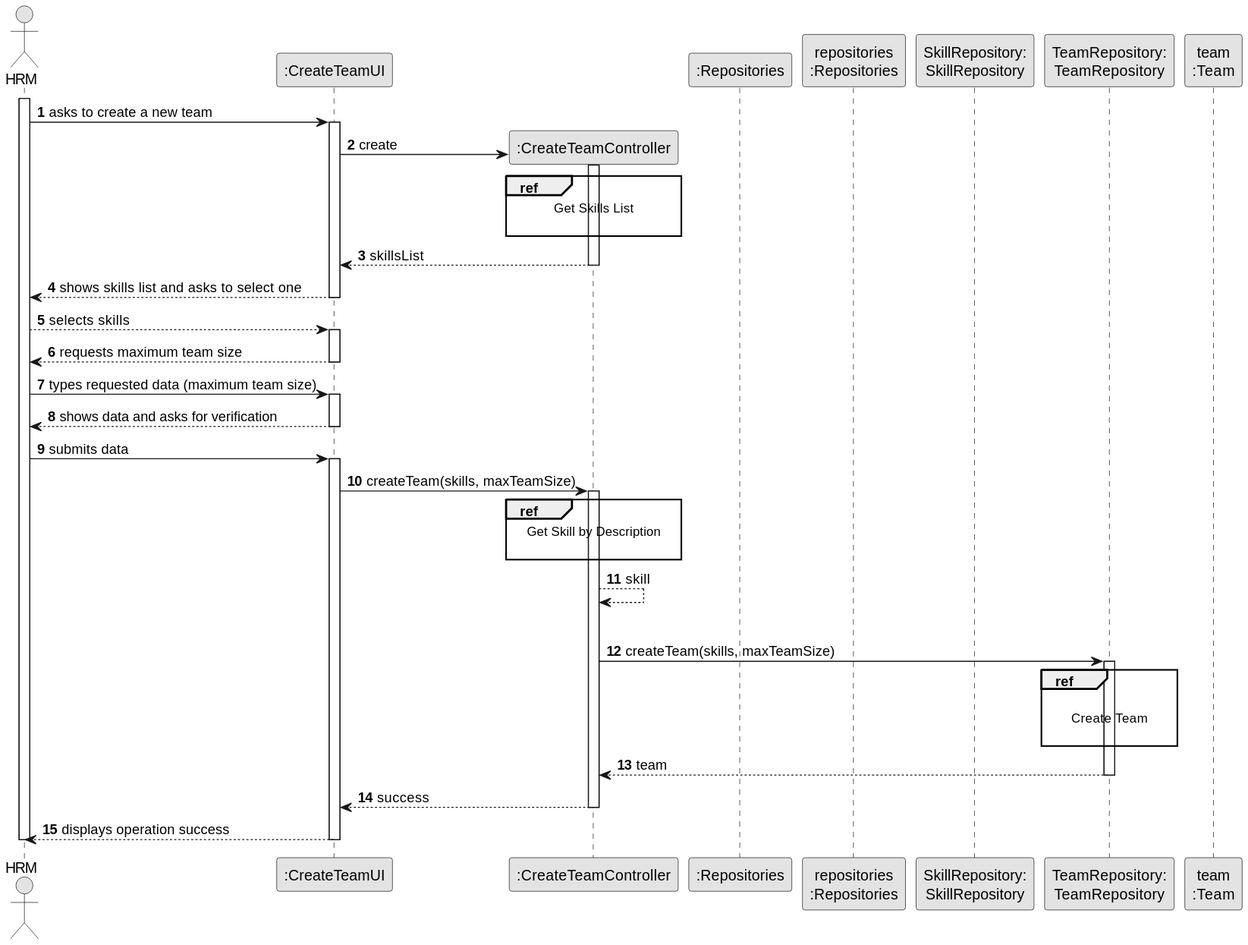
Above: docs/sprintB/us005/03.design/svg/us005-sequence-diagram-split.svg in ricardomm7/leaflink (PlantUML), before the change. The source it was exported from:
```plantuml
@startuml
skinparam monochrome true
skinparam packageStyle rectangle
skinparam shadowing false

autonumber

actor "HRM" as ADM
participant ":CreateTeamUI" as UI
participant ":CreateTeamController" as CTRL
participant ":Repositories" as RepositorySingleton
participant "repositories\n:Repositories" as PLAT
participant "SkillRepository:\nSkillRepository" as SkillRepository
participant "TeamRepository:\nTeamRepository" as TeamRepository
participant "team\n:Team" as Team

activate ADM

    ADM -> UI : asks to create a new team
    activate UI

                UI -> CTRL** : create

                activate CTRL

                    ref over CTRL
                                Get Skills List

                            end ref

                    CTRL --> UI : skillsList
                deactivate CTRL

                UI --> ADM : shows skills list and asks to select one
            deactivate UI

        ADM --> UI : selects skills
        activate UI

        UI --> ADM : requests maximum team size
    deactivate UI

    ADM -> UI : types requested data (maximum team size)
    activate UI

        UI --> ADM : shows data and asks for verification
    deactivate UI

    ADM -> UI : submits data
    activate UI

        UI -> CTRL : createTeam(skills, maxTeamSize)
        activate CTRL

            ref over CTRL
                        Get Skill by Description

                    end ref
                    CTRL --> CTRL : skill


            |||
                CTRL -> TeamRepository: createTeam(skills, maxTeamSize)
                activate TeamRepository

                ref over TeamRepository

                            Create Team

                        end ref

            TeamRepository --> CTRL: team
            deactivate TeamRepository

            CTRL --> UI : success
            deactivate CTRL
            UI --> ADM: displays operation success
    deactivate UI

deactivate ADM
@enduml
```
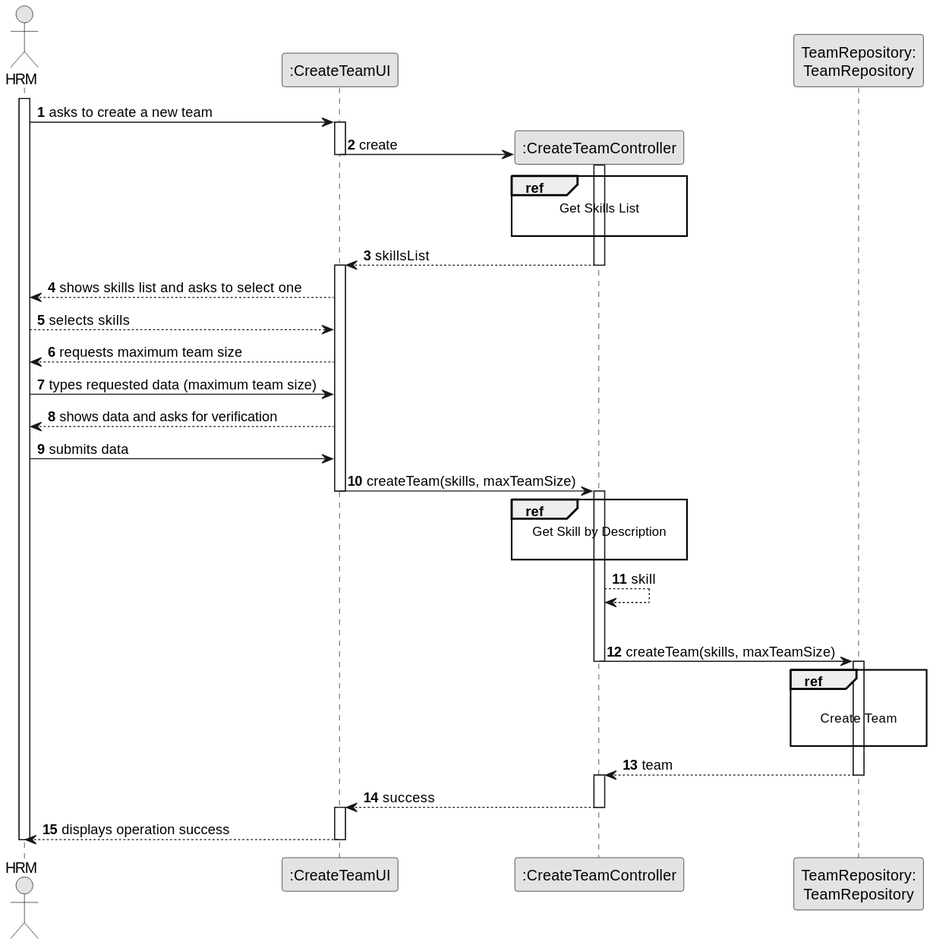
After the commit.

What changed in the source:
```diff
@@ -8,11 +8,7 @@
 actor "HRM" as ADM
 participant ":CreateTeamUI" as UI
 participant ":CreateTeamController" as CTRL
-participant ":Repositories" as RepositorySingleton
-participant "repositories\n:Repositories" as PLAT
-participant "SkillRepository:\nSkillRepository" as SkillRepository
 participant "TeamRepository:\nTeamRepository" as TeamRepository
-participant "team\n:Team" as Team
 
 activate ADM
 
@@ -20,7 +16,7 @@
     activate UI
 
                 UI -> CTRL** : create
-
+                deactivate UI
                 activate CTRL
 
                     ref over CTRL
@@ -30,26 +26,22 @@
 
                     CTRL --> UI : skillsList
                 deactivate CTRL
+                activate UI
 
                 UI --> ADM : shows skills list and asks to select one
-            deactivate UI
 
         ADM --> UI : selects skills
-        activate UI
 
         UI --> ADM : requests maximum team size
-    deactivate UI
 
     ADM -> UI : types requested data (maximum team size)
-    activate UI
 
         UI --> ADM : shows data and asks for verification
-    deactivate UI
 
     ADM -> UI : submits data
-    activate UI
 
         UI -> CTRL : createTeam(skills, maxTeamSize)
+        deactivate UI
         activate CTRL
 
             ref over CTRL
@@ -61,6 +53,7 @@
 
             |||
                 CTRL -> TeamRepository: createTeam(skills, maxTeamSize)
+                deactivate CTRL
                 activate TeamRepository
 
                 ref over TeamRepository
@@ -71,9 +64,11 @@
 
             TeamRepository --> CTRL: team
             deactivate TeamRepository
+            activate CTRL
 
             CTRL --> UI : success
             deactivate CTRL
+            activate UI
             UI --> ADM: displays operation success
     deactivate UI
 
```
